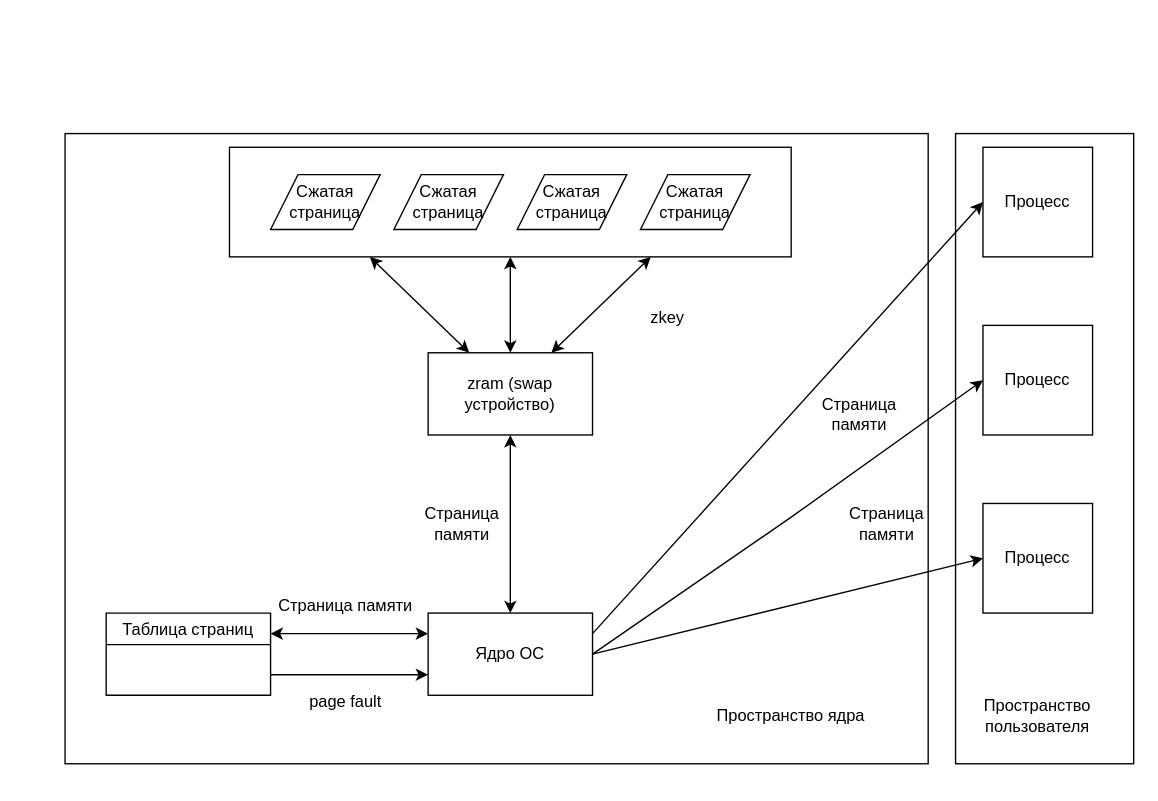
The draw.io diagram docs/drawio/zram-kernel.drawio in mRrvz/bmstu-bachelors-diploma, before the edit. Source tidied: cells renumbered, new cells numbered last; positions are measured from the earlier drawing's top-left corner, leaving out a move shared by most shapes. Both pictures are drawn from the tidied source at 137%, with x=0, y=0 at pixel (64, 133).
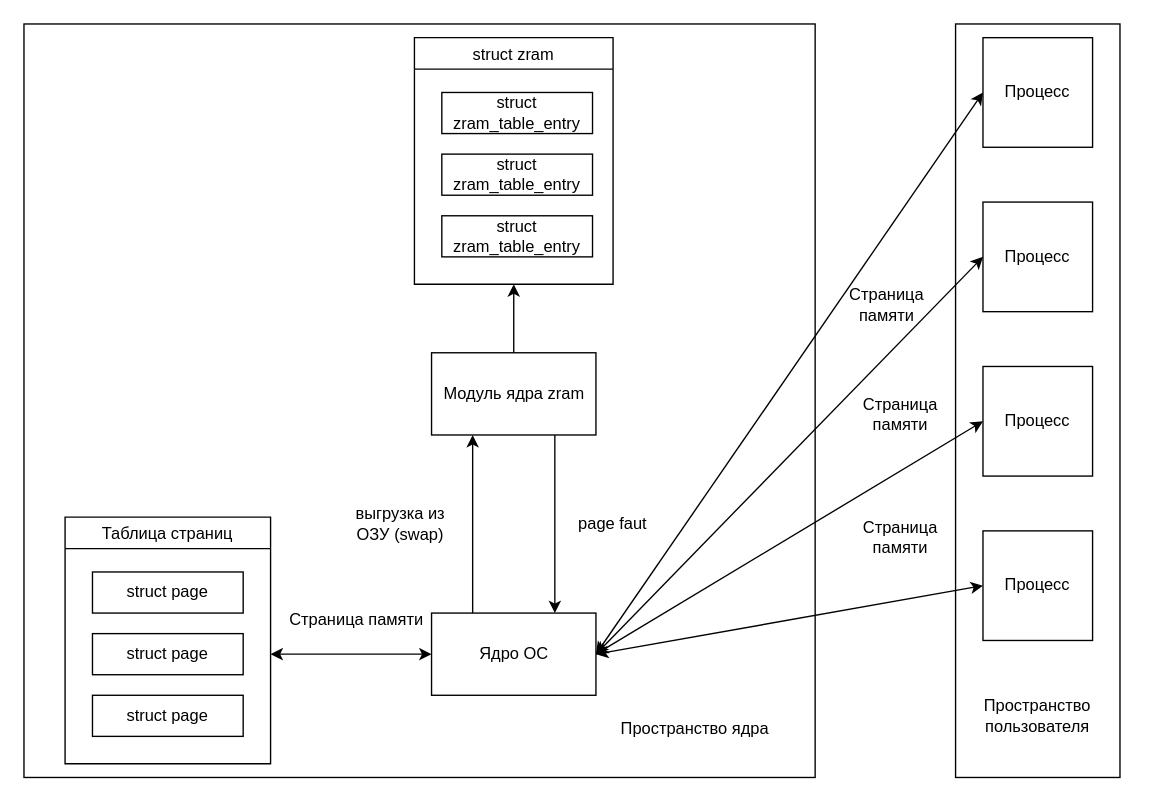
The same page after the edit.

What changed in the source:
```diff
@@
-    <mxCell id="2" value="zram (swap устройство)" style="rounded=0;whiteSpace=wrap;html=1;" parent="1" vertex="1">
-      <mxGeometry x="265" y="160" width="120" height="60" as="geometry" />
+    <mxCell id="2" value="Модуль ядра zram" style="rounded=0;whiteSpace=wrap;html=1;" parent="1" vertex="1">
+      <mxGeometry x="267.5" y="160" width="120" height="60" as="geometry" />
     </mxCell>
-    <mxCell id="3" value="Сжатая&lt;br&gt;страница" style="shape=parallelogram;perimeter=parallelogramPerimeter;whiteSpace=wrap;html=1;fixedSize=1;" parent="1" vertex="1">
-      <mxGeometry x="150" y="30" width="80" height="40" as="geometry" />
-    </mxCell>
-    <mxCell id="4" value="Сжатая&lt;br&gt;страница" style="shape=parallelogram;perimeter=parallelogramPerimeter;whiteSpace=wrap;html=1;fixedSize=1;" parent="1" vertex="1">
-      <mxGeometry x="240" y="30" width="80" height="40" as="geometry" />
-    </mxCell>
-    <mxCell id="5" value="Сжатая&lt;br&gt;страница" style="shape=parallelogram;perimeter=parallelogramPerimeter;whiteSpace=wrap;html=1;fixedSize=1;" parent="1" vertex="1">
-      <mxGeometry x="330" y="30" width="80" height="40" as="geometry" />
-    </mxCell>
-    <mxCell id="6" value="Сжатая&lt;br&gt;страница" style="shape=parallelogram;perimeter=parallelogramPerimeter;whiteSpace=wrap;html=1;fixedSize=1;" parent="1" vertex="1">
-      <mxGeometry x="420" y="30" width="80" height="40" as="geometry" />
-    </mxCell>
-    <mxCell id="7" style="rounded=0;whiteSpace=wrap;html=1;fillColor=none;" parent="1" vertex="1">
-      <mxGeometry x="120" y="10" width="410" height="80" as="geometry" />
-    </mxCell>
-    <mxCell id="8" style="endArrow=classic;startArrow=classic;html=1;rounded=0;exitX=0.5;exitY=0;exitDx=0;exitDy=0;entryX=0.5;entryY=1;entryDx=0;entryDy=0;" parent="1" edge="1" source="2" target="7">
-      <mxGeometry relative="1" as="geometry" />
-    </mxCell>
-    <mxCell id="9" style="endArrow=classic;startArrow=classic;html=1;rounded=0;exitX=0.25;exitY=0;exitDx=0;exitDy=0;entryX=0.25;entryY=1;entryDx=0;entryDy=0;" parent="1" edge="1" source="2" target="7">
-      <mxGeometry relative="1" as="geometry" />
-    </mxCell>
-    <mxCell id="10" style="endArrow=classic;startArrow=classic;html=1;rounded=0;exitX=0.75;exitY=0;exitDx=0;exitDy=0;entryX=0.75;entryY=1;entryDx=0;entryDy=0;" parent="1" edge="1" source="2" target="7">
-      <mxGeometry relative="1" as="geometry" />
-    </mxCell>
-    <mxCell id="11" value="zkey" style="text;html=1;strokeColor=none;fillColor=none;align=center;verticalAlign=middle;whiteSpace=wrap;rounded=0;" parent="1" vertex="1">
-      <mxGeometry x="410" y="120" width="60" height="30" as="geometry" />
-    </mxCell>
     <mxCell id="12" value="Ядро ОС" style="rounded=0;whiteSpace=wrap;html=1;fillColor=default;" parent="1" vertex="1">
-      <mxGeometry x="265" y="350" width="120" height="60" as="geometry" />
+      <mxGeometry x="267.5" y="350" width="120" height="60" as="geometry" />
     </mxCell>
-    <mxCell id="13" style="endArrow=classic;startArrow=classic;html=1;rounded=0;exitX=0.5;exitY=0;exitDx=0;exitDy=0;entryX=0.5;entryY=1;entryDx=0;entryDy=0;" parent="1" edge="1" source="12" target="2">
-      <mxGeometry relative="1" as="geometry" />
-    </mxCell>
-    <mxCell id="14" value="Страница памяти" style="text;html=1;strokeColor=none;fillColor=none;align=center;verticalAlign=middle;whiteSpace=wrap;rounded=0;" parent="1" vertex="1">
-      <mxGeometry x="260" y="270" width="60" height="30" as="geometry" />
-    </mxCell>
     <mxCell id="15" value="Процесс" style="whiteSpace=wrap;html=1;fillColor=default;" parent="1" vertex="1">
-      <mxGeometry x="670" y="140" width="80" height="80" as="geometry" />
+      <mxGeometry x="670" y="170" width="80" height="80" as="geometry" />
     </mxCell>
     <mxCell id="16" value="Страница &lt;br&gt;памяти" style="text;html=1;strokeColor=none;fillColor=none;align=center;verticalAlign=middle;whiteSpace=wrap;rounded=0;" parent="1" vertex="1">
-      <mxGeometry x="550" y="190" width="60" height="30" as="geometry" />
+      <mxGeometry x="580" y="190" width="60" height="30" as="geometry" />
     </mxCell>
-    <mxCell id="17" style="endArrow=classic;html=1;rounded=0;exitX=1;exitY=0.5;exitDx=0;exitDy=0;entryX=0;entryY=0.5;entryDx=0;entryDy=0;" parent="1" edge="1" source="12" target="15">
-      <mxGeometry relative="1" as="geometry">
-        <Array as="points">
-          <mxPoint x="530" y="280" />
-        </Array>
-      </mxGeometry>
-    </mxCell>
-    <mxCell id="18" value="Таблица страниц" style="swimlane;fillColor=default;fontStyle=0;" parent="1" vertex="1">
-      <mxGeometry x="30" y="350" width="120" height="60" as="geometry" />
-    </mxCell>
-    <mxCell id="19" style="endArrow=classic;html=1;rounded=0;exitX=1;exitY=0.25;exitDx=0;exitDy=0;entryX=0;entryY=0.25;entryDx=0;entryDy=0;startArrow=classic;startFill=1;" parent="1" edge="1" source="18" target="12">
-      <mxGeometry relative="1" as="geometry" />
+    <mxCell id="19" style="endArrow=classic;html=1;rounded=0;entryX=0;entryY=0.5;entryDx=0;entryDy=0;startArrow=classic;startFill=1;" parent="1" edge="1" target="12">
+      <mxGeometry relative="1" as="geometry">
+        <mxPoint x="150" y="380" as="sourcePoint" />
+      </mxGeometry>
     </mxCell>
     <mxCell id="20" value="Страница памяти" style="text;html=1;strokeColor=none;fillColor=none;align=center;verticalAlign=middle;whiteSpace=wrap;rounded=0;" parent="1" vertex="1">
-      <mxGeometry x="150" y="330" width="110" height="30" as="geometry" />
+      <mxGeometry x="157.5" y="340" width="110" height="30" as="geometry" />
     </mxCell>
-    <mxCell id="21" style="endArrow=classic;html=1;rounded=0;exitX=1;exitY=0.75;exitDx=0;exitDy=0;entryX=0;entryY=0.75;entryDx=0;entryDy=0;" parent="1" edge="1" source="18" target="12">
-      <mxGeometry relative="1" as="geometry" />
-    </mxCell>
-    <mxCell id="22" value="page fault" style="text;html=1;strokeColor=none;fillColor=none;align=center;verticalAlign=middle;whiteSpace=wrap;rounded=0;" parent="1" vertex="1">
-      <mxGeometry x="155" y="400" width="100" height="30" as="geometry" />
-    </mxCell>
-    <mxCell id="23" style="rounded=0;whiteSpace=wrap;html=1;fillColor=none;" parent="1" vertex="1">
-      <mxGeometry width="630" height="460" as="geometry" />
-    </mxCell>
-    <mxCell id="24" style="rounded=0;whiteSpace=wrap;html=1;fillColor=none;" parent="1" vertex="1">
-      <mxGeometry x="650" width="130" height="460" as="geometry" />
-    </mxCell>
     <mxCell id="25" value="Пространство ядра" style="text;html=1;strokeColor=none;fillColor=none;align=center;verticalAlign=middle;whiteSpace=wrap;rounded=0;" parent="1" vertex="1">
-      <mxGeometry x="470" y="410" width="120" height="30" as="geometry" />
+      <mxGeometry x="400" y="420" width="120" height="30" as="geometry" />
     </mxCell>
@@
     <mxCell id="27" value="Процесс" style="whiteSpace=wrap;html=1;fillColor=default;" parent="1" vertex="1">
-      <mxGeometry x="670" y="10" width="80" height="80" as="geometry" />
+      <mxGeometry x="670" y="50" width="80" height="80" as="geometry" />
     </mxCell>
     <mxCell id="28" value="Процесс" style="whiteSpace=wrap;html=1;fillColor=default;" parent="1" vertex="1">
-      <mxGeometry x="670" y="270" width="80" height="80" as="geometry" />
+      <mxGeometry x="670" y="290" width="80" height="80" as="geometry" />
     </mxCell>
-    <mxCell id="29" style="endArrow=classic;html=1;rounded=0;entryX=0;entryY=0.5;entryDx=0;entryDy=0;exitX=1;exitY=0.5;exitDx=0;exitDy=0;" parent="1" edge="1" source="12" target="28">
+    <mxCell id="29" style="endArrow=classic;html=1;rounded=0;entryX=0;entryY=0.5;entryDx=0;entryDy=0;exitX=1;exitY=0.5;exitDx=0;exitDy=0;startArrow=classic;startFill=1;" parent="1" edge="1" source="12" target="28">
       <mxGeometry relative="1" as="geometry" />
     </mxCell>
+    <mxCell id="31" value="Страница &lt;br&gt;памяти" style="text;html=1;strokeColor=none;fillColor=none;align=center;verticalAlign=middle;whiteSpace=wrap;rounded=0;" parent="1" vertex="1">
+      <mxGeometry x="580" y="280" width="60" height="30" as="geometry" />
+    </mxCell>
+    <mxCell id="32" style="endArrow=classic;html=1;rounded=0;exitX=0.5;exitY=0;exitDx=0;exitDy=0;entryX=0.5;entryY=1;entryDx=0;entryDy=0;" parent="1" edge="1" source="2">
+      <mxGeometry relative="1" as="geometry">
+        <mxPoint x="327.5" y="110" as="targetPoint" />
+      </mxGeometry>
+    </mxCell>
+    <mxCell id="33" value="struct zram" style="swimlane;fillColor=none;fontStyle=0;" parent="1" vertex="1">
+      <mxGeometry x="255" y="-70" width="145" height="180" as="geometry" />
+    </mxCell>
+    <mxCell id="34" value="struct zram_table_entry" style="rounded=0;whiteSpace=wrap;html=1;fillColor=none;" parent="33" vertex="1">
+      <mxGeometry x="20" y="40" width="110" height="30" as="geometry" />
+    </mxCell>
+    <mxCell id="35" value="struct zram_table_entry" style="rounded=0;whiteSpace=wrap;html=1;fillColor=none;" parent="33" vertex="1">
+      <mxGeometry x="20" y="85" width="110" height="30" as="geometry" />
+    </mxCell>
+    <mxCell id="36" value="struct zram_table_entry" style="rounded=0;whiteSpace=wrap;html=1;fillColor=none;" parent="33" vertex="1">
+      <mxGeometry x="20" y="130" width="110" height="30" as="geometry" />
+    </mxCell>
+    <mxCell id="18" value="Таблица страниц" style="swimlane;fillColor=none;fontStyle=0;" parent="1" vertex="1">
+      <mxGeometry y="280" width="150" height="180" as="geometry" />
+    </mxCell>
+    <mxCell id="37" value="struct page" style="rounded=0;whiteSpace=wrap;html=1;fillColor=none;" parent="18" vertex="1">
+      <mxGeometry x="20" y="40" width="110" height="30" as="geometry" />
+    </mxCell>
+    <mxCell id="38" value="struct page" style="rounded=0;whiteSpace=wrap;html=1;fillColor=none;" parent="18" vertex="1">
+      <mxGeometry x="20" y="85" width="110" height="30" as="geometry" />
+    </mxCell>
+    <mxCell id="39" value="struct page" style="rounded=0;whiteSpace=wrap;html=1;fillColor=none;" parent="18" vertex="1">
+      <mxGeometry x="20" y="130" width="110" height="30" as="geometry" />
+    </mxCell>
+    <mxCell id="40" value="page faut" style="text;html=1;strokeColor=none;fillColor=none;align=center;verticalAlign=middle;whiteSpace=wrap;rounded=0;" parent="1" vertex="1">
+      <mxGeometry x="370" y="270" width="60" height="30" as="geometry" />
+    </mxCell>
+    <mxCell id="13" style="endArrow=classic;html=1;rounded=0;exitX=0.25;exitY=0;exitDx=0;exitDy=0;entryX=0.25;entryY=1;entryDx=0;entryDy=0;" parent="1" edge="1" source="12" target="2">
+      <mxGeometry relative="1" as="geometry" />
+    </mxCell>
+    <mxCell id="41" style="endArrow=classic;html=1;rounded=0;exitX=0.75;exitY=1;exitDx=0;exitDy=0;entryX=0.75;entryY=0;entryDx=0;entryDy=0;" parent="1" edge="1" source="2" target="12">
+      <mxGeometry relative="1" as="geometry" />
+    </mxCell>
+    <mxCell id="42" value="выгрузка из ОЗУ (swap)" style="text;html=1;strokeColor=none;fillColor=none;align=center;verticalAlign=middle;whiteSpace=wrap;rounded=0;" parent="1" vertex="1">
+      <mxGeometry x="210" y="270" width="70" height="30" as="geometry" />
+    </mxCell>
+    <mxCell id="43" value="Процесс" style="whiteSpace=wrap;html=1;fillColor=default;" parent="1" vertex="1">
+      <mxGeometry x="670" y="-70" width="80" height="80" as="geometry" />
+    </mxCell>
+    <mxCell id="17" style="endArrow=classic;startArrow=classic;html=1;rounded=0;exitX=1;exitY=0.5;exitDx=0;exitDy=0;entryX=0;entryY=0.5;entryDx=0;entryDy=0;" parent="1" edge="1" source="12" target="15">
+      <mxGeometry relative="1" as="geometry" />
+    </mxCell>
-    <mxCell id="30" style="endArrow=classic;html=1;rounded=0;exitX=1;exitY=0.25;exitDx=0;exitDy=0;entryX=0;entryY=0.5;entryDx=0;entryDy=0;" parent="1" edge="1" source="12" target="27">
+    <mxCell id="30" style="endArrow=classic;startArrow=classic;html=1;rounded=0;exitX=1;exitY=0.5;exitDx=0;exitDy=0;entryX=0;entryY=0.5;entryDx=0;entryDy=0;" parent="1" edge="1" source="12" target="27">
       <mxGeometry relative="1" as="geometry" />
     </mxCell>
-    <mxCell id="31" value="Страница &lt;br&gt;памяти" style="text;html=1;strokeColor=none;fillColor=none;align=center;verticalAlign=middle;whiteSpace=wrap;rounded=0;" parent="1" vertex="1">
-      <mxGeometry x="570" y="270" width="60" height="30" as="geometry" />
-    </mxCell>
+    <mxCell id="44" style="endArrow=classic;startArrow=classic;html=1;rounded=0;exitX=1;exitY=0.5;exitDx=0;exitDy=0;entryX=0;entryY=0.5;entryDx=0;entryDy=0;" parent="1" edge="1" source="12" target="43">
+      <mxGeometry relative="1" as="geometry" />
+    </mxCell>
+    <mxCell id="14" value="Страница &lt;br&gt;памяти" style="text;html=1;strokeColor=none;fillColor=none;align=center;verticalAlign=middle;whiteSpace=wrap;rounded=0;" parent="1" vertex="1">
+      <mxGeometry x="570" y="110" width="60" height="30" as="geometry" />
+    </mxCell>
+    <mxCell id="45" style="rounded=0;whiteSpace=wrap;html=1;fillColor=none;" parent="1" vertex="1">
+      <mxGeometry x="-30" y="-80" width="577.5" height="550" as="geometry" />
+    </mxCell>
+    <mxCell id="46" style="rounded=0;whiteSpace=wrap;html=1;fillColor=none;" parent="1" vertex="1">
+      <mxGeometry x="650" y="-80" width="120" height="550" as="geometry" />
+    </mxCell>
```
